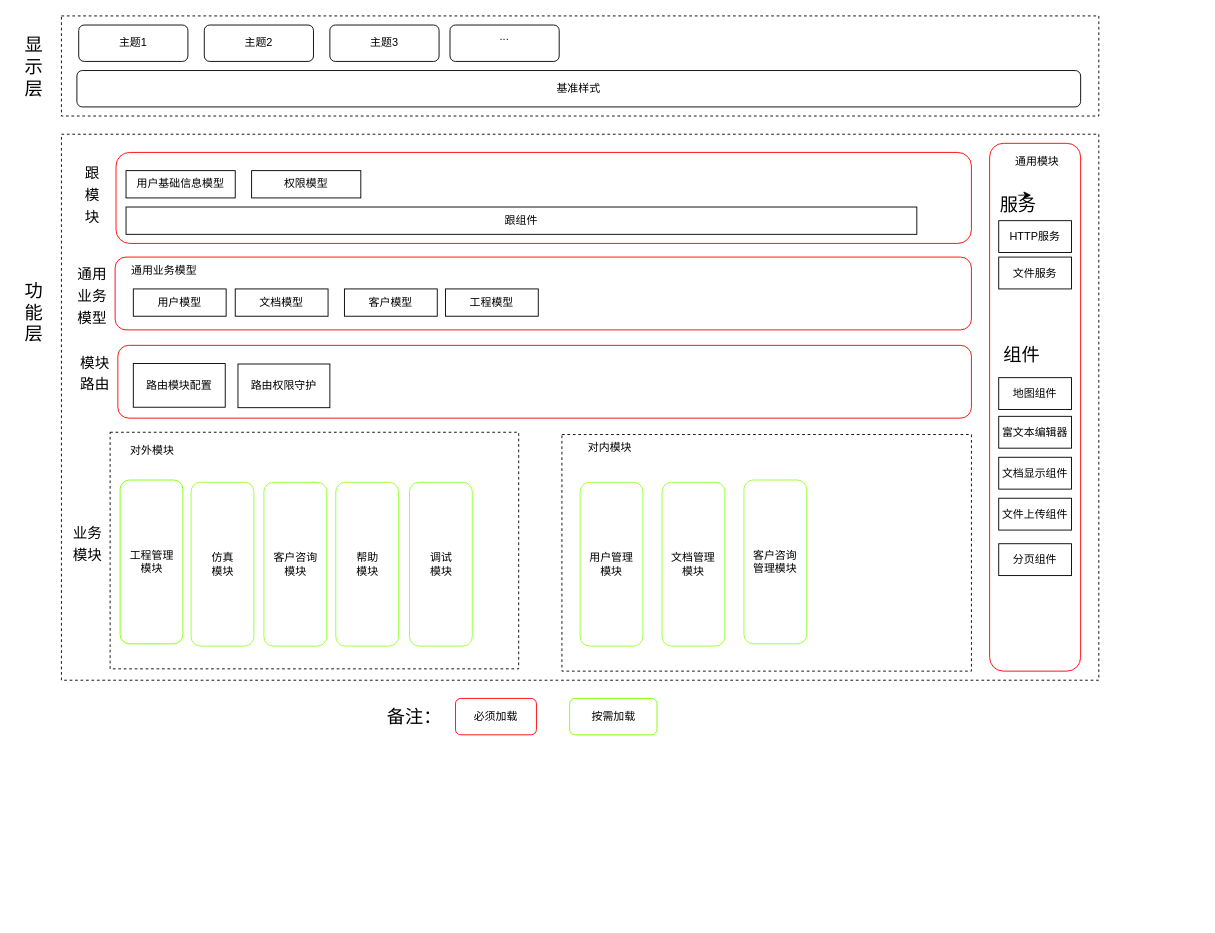
Before: open-system.drawio in hookex/chart, a draw.io diagram. Source tidied: cells renumbered, new cells numbered last; positions are measured from the earlier drawing's top-left corner, leaving out a move shared by most shapes. Both pictures are drawn from the tidied source at 91%, with x=0, y=0 at pixel (15, 15).
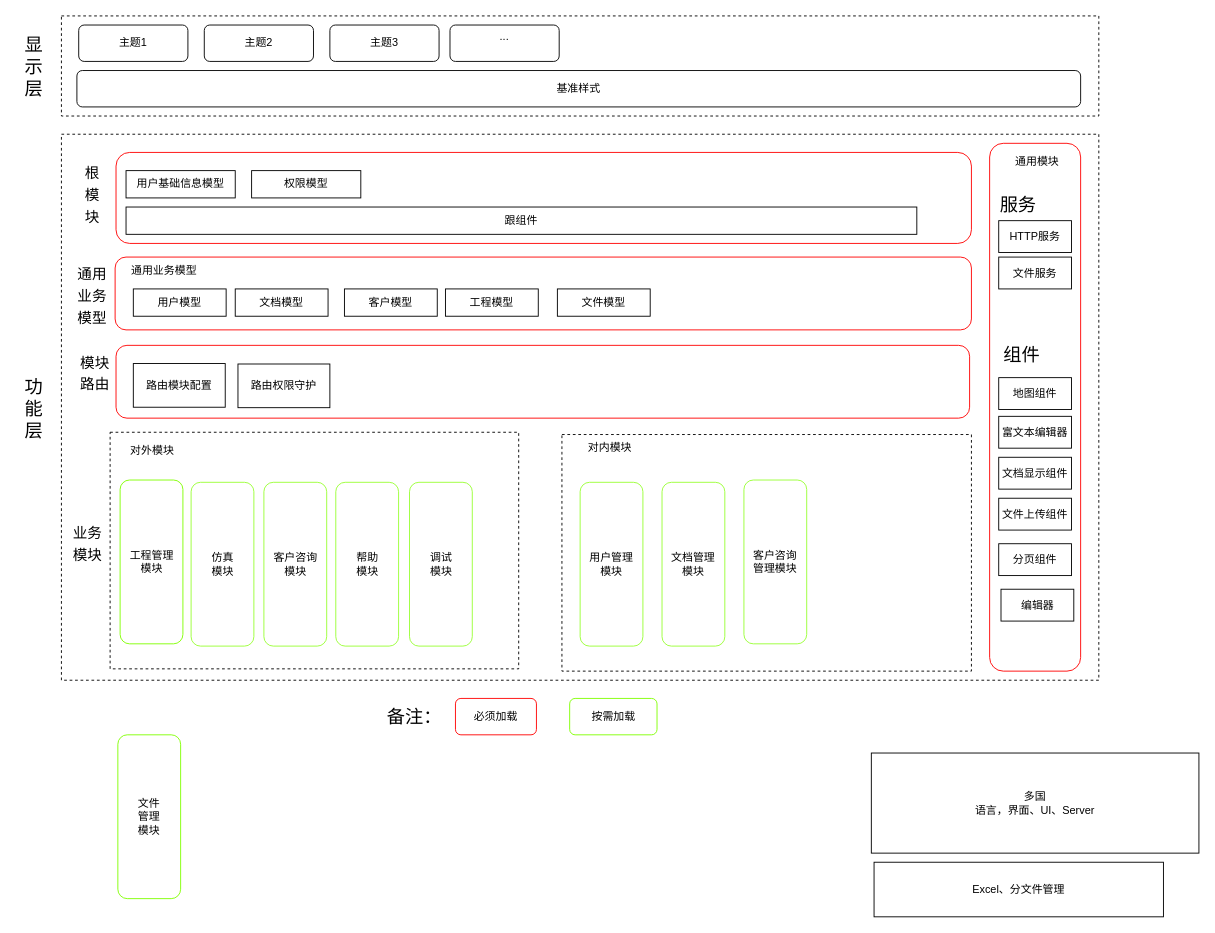
The same page after the edit.

Unchanged cells that the change refers to:
```xml
<mxCell id="50" value="服务" style="text;html=1;strokeColor=none;fillColor=none;align=center;verticalAlign=middle;whiteSpace=wrap;rounded=0;fontSize=20;" parent="1" vertex="1">
  <mxGeometry x="1073" y="197" width="57" height="20" as="geometry" />
</mxCell>
```

What changed in the source:
```diff
@@
     <mxCell id="17" value="功能层&lt;br style=&quot;font-size: 20px;&quot;&gt;" style="text;html=1;strokeColor=none;fillColor=none;align=center;verticalAlign=middle;whiteSpace=wrap;rounded=0;fontSize=20;" parent="1" vertex="1">
-      <mxGeometry y="315" width="40" height="20" as="geometry" />
+      <mxGeometry y="420.5" width="40" height="20" as="geometry" />
     </mxCell>
@@
-    <mxCell id="42" value="&lt;font style=&quot;font-size: 16px&quot;&gt;跟&lt;br&gt;模&lt;br&gt;块&lt;/font&gt;" style="text;html=1;fontSize=20;" parent="1" vertex="1">
+    <mxCell id="42" value="&lt;font style=&quot;font-size: 16px&quot;&gt;根&lt;br&gt;模&lt;br&gt;块&lt;/font&gt;" style="text;html=1;fontSize=20;" parent="1" vertex="1">
       <mxGeometry x="73.5" y="153" width="25" height="87" as="geometry" />
     </mxCell>
@@
     <mxCell id="48" style="rounded=1;whiteSpace=wrap;html=1;strokeColor=#FF0000;" parent="1" vertex="1">
-      <mxGeometry x="112" y="362" width="938" height="80" as="geometry" />
+      <mxGeometry x="110" y="362" width="938" height="80" as="geometry" />
     </mxCell>
@@
-    <mxCell id="52" style="edgeStyle=orthogonalEdgeStyle;rounded=0;orthogonalLoop=1;jettySize=auto;html=1;exitX=0.5;exitY=0;exitDx=0;exitDy=0;entryX=0.75;entryY=0;entryDx=0;entryDy=0;fontSize=20;" parent="1" edge="1" source="50" target="50">
-      <mxGeometry relative="1" as="geometry" />
-    </mxCell>
@@
+    <mxCell id="55" value="文件&lt;br&gt;管理&lt;br&gt;模块" style="rounded=1;whiteSpace=wrap;html=1;strokeColor=#80FF00;" parent="1" vertex="1">
+      <mxGeometry x="112" y="790" width="69" height="180" as="geometry" />
+    </mxCell>
+    <mxCell id="56" value="编辑器" style="rounded=0;whiteSpace=wrap;html=1;" parent="1" vertex="1">
+      <mxGeometry x="1082.5" y="630" width="80" height="35" as="geometry" />
+    </mxCell>
+    <mxCell id="57" value="文件模型" style="rounded=0;whiteSpace=wrap;html=1;" parent="1" vertex="1">
+      <mxGeometry x="595" y="300" width="102" height="30" as="geometry" />
+    </mxCell>
+    <mxCell id="58" value="多国&lt;br&gt;语言，界面、UI、Server&lt;br&gt;" style="rounded=0;whiteSpace=wrap;html=1;" parent="1" vertex="1">
+      <mxGeometry x="940" y="810" width="360" height="110" as="geometry" />
+    </mxCell>
+    <mxCell id="59" value="Excel、分文件管理&lt;br&gt;" style="rounded=0;whiteSpace=wrap;html=1;" parent="1" vertex="1">
+      <mxGeometry x="943" y="930" width="318" height="60" as="geometry" />
+    </mxCell>
```
